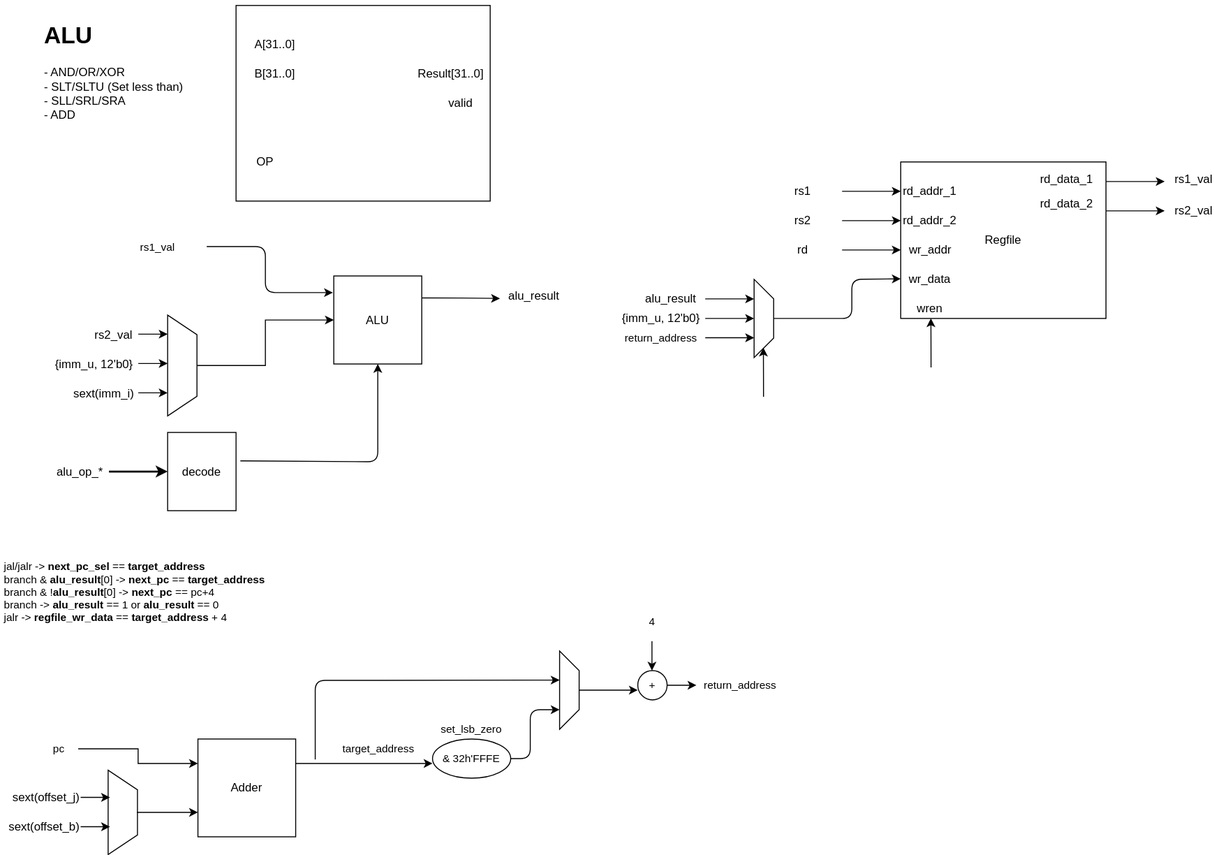
Above: docs/uarch/S1/riscv-dev-core-s1-ALU_Regfile.drawio.svg in saw235/riscv-core-dev (draw.io), before the change. Source tidied: cells renumbered, new cells last; positions are measured from the earlier drawing's top-left corner, leaving out a move shared by most shapes.
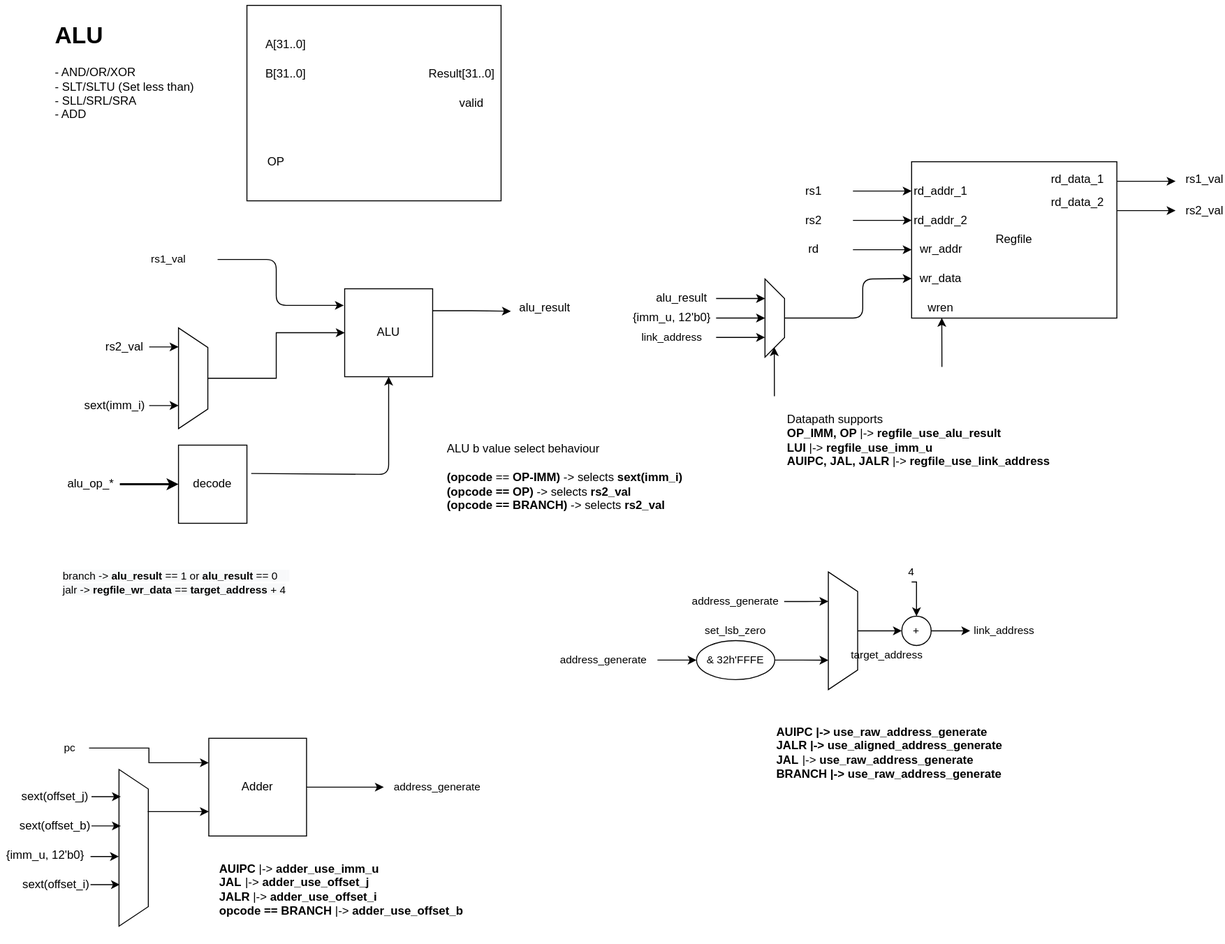
The same diagram one commit later.

Commit message:
Updates to include ALU and regfile logic

What changed in the source:
```diff
@@ -5,6 +5,6 @@
     <mxCell id="2" style="shape=trapezoid;perimeter=trapezoidPerimeter;whiteSpace=wrap;html=1;fixedSize=1;rotation=90;" parent="1" vertex="1">
-      <mxGeometry x="82" y="810" width="86.2" height="30" as="geometry" />
+      <mxGeometry x="45" y="847.1" width="160.4" height="30" as="geometry" />
     </mxCell>
     <mxCell id="3" value="sext(offset_j)" style="text;html=1;strokeColor=none;fillColor=none;align=center;verticalAlign=middle;whiteSpace=wrap;rounded=0;" parent="1" vertex="1">
-      <mxGeometry x="2" y="800" width="90" height="20" as="geometry" />
+      <mxGeometry y="800" width="90" height="20" as="geometry" />
     </mxCell>
@@ -25,7 +25,7 @@
     </mxCell>
-    <mxCell id="7" style="edgeStyle=orthogonalEdgeStyle;rounded=0;jettySize=auto;html=1;exitX=1;exitY=0.25;exitDx=0;exitDy=0;fontSize=11;strokeWidth=1;" parent="1" edge="1" source="8">
-      <mxGeometry relative="1" as="geometry">
-        <mxPoint x="442" y="775" as="targetPoint" />
-      </mxGeometry>
-    </mxCell>
+    <mxCell id="81" style="edgeStyle=orthogonalEdgeStyle;rounded=0;jettySize=auto;html=1;exitX=1;exitY=0.5;exitDx=0;exitDy=0;" parent="1" edge="1" source="8">
+      <mxGeometry relative="1" as="geometry">
+        <mxPoint x="381" y="800" as="targetPoint" />
+      </mxGeometry>
+    </mxCell>
     <mxCell id="8" value="Adder" style="whiteSpace=wrap;html=1;verticalAlign=middle;" parent="1" vertex="1">
@@ -44,56 +44,5 @@
     </mxCell>
-    <mxCell id="12" value="target_address" style="text;html=1;strokeColor=none;fillColor=none;align=center;verticalAlign=middle;whiteSpace=wrap;rounded=0;fontSize=11;" parent="1" vertex="1">
-      <mxGeometry x="342" y="750" width="90" height="20" as="geometry" />
+    <mxCell id="12" value="address_generate" style="text;html=1;strokeColor=none;fillColor=none;align=center;verticalAlign=middle;whiteSpace=wrap;rounded=0;fontSize=11;" parent="1" vertex="1">
+      <mxGeometry x="391" y="790" width="90" height="20" as="geometry" />
     </mxCell>
-    <mxCell id="13" value="&amp;amp; 32h'FFFE" style="ellipse;whiteSpace=wrap;html=1;fontSize=11;verticalAlign=middle;" parent="1" vertex="1">
-      <mxGeometry x="442" y="750" width="80" height="40" as="geometry" />
-    </mxCell>
-    <mxCell id="14" value="set_lsb_zero" style="text;html=1;strokeColor=none;fillColor=none;align=center;verticalAlign=middle;whiteSpace=wrap;rounded=0;fontSize=11;" parent="1" vertex="1">
-      <mxGeometry x="462" y="730" width="40" height="20" as="geometry" />
-    </mxCell>
-    <mxCell id="15" style="edgeStyle=orthogonalEdgeStyle;rounded=0;jettySize=auto;html=1;exitX=0.5;exitY=0;exitDx=0;exitDy=0;fontSize=11;strokeWidth=1;" parent="1" edge="1" source="16">
-      <mxGeometry relative="1" as="geometry">
-        <mxPoint x="652" y="700" as="targetPoint" />
-      </mxGeometry>
-    </mxCell>
-    <mxCell id="16" style="shape=trapezoid;perimeter=trapezoidPerimeter;whiteSpace=wrap;html=1;fixedSize=1;rotation=90;" parent="1" vertex="1">
-      <mxGeometry x="542" y="690" width="80" height="20" as="geometry" />
-    </mxCell>
-    <mxCell id="17" style="endArrow=classic;html=1;fontSize=11;strokeWidth=1;exitX=1;exitY=0.5;exitDx=0;exitDy=0;entryX=0.75;entryY=1;entryDx=0;entryDy=0;" parent="1" edge="1" source="13" target="16">
-      <mxGeometry relative="1" as="geometry">
-        <Array as="points">
-          <mxPoint x="542" y="770" />
-          <mxPoint x="542" y="720" />
-        </Array>
-      </mxGeometry>
-    </mxCell>
-    <mxCell id="18" style="endArrow=classic;html=1;fontSize=11;strokeWidth=1;entryX=0.372;entryY=1;entryDx=0;entryDy=0;entryPerimeter=0;" parent="1" edge="1" target="16">
-      <mxGeometry relative="1" as="geometry">
-        <mxPoint x="322" y="771" as="sourcePoint" />
-        <Array as="points">
-          <mxPoint x="322" y="690" />
-          <mxPoint x="378" y="690" />
-        </Array>
-      </mxGeometry>
-    </mxCell>
-    <mxCell id="19" style="edgeStyle=orthogonalEdgeStyle;rounded=0;jettySize=auto;html=1;exitX=1;exitY=0.5;exitDx=0;exitDy=0;fontSize=11;strokeWidth=1;" parent="1" edge="1" source="20">
-      <mxGeometry relative="1" as="geometry">
-        <mxPoint x="712" y="695" as="targetPoint" />
-      </mxGeometry>
-    </mxCell>
-    <mxCell id="20" value="+" style="ellipse;whiteSpace=wrap;html=1;fontSize=11;verticalAlign=middle;" parent="1" vertex="1">
-      <mxGeometry x="652" y="680" width="30" height="30" as="geometry" />
-    </mxCell>
-    <mxCell id="21" style="endArrow=classic;html=1;fontSize=11;strokeWidth=1;" parent="1" edge="1">
-      <mxGeometry relative="1" as="geometry">
-        <mxPoint x="666.5" y="650" as="sourcePoint" />
-        <mxPoint x="666.5" y="680" as="targetPoint" />
-      </mxGeometry>
-    </mxCell>
-    <mxCell id="22" value="return_address" style="text;html=1;strokeColor=none;fillColor=none;align=center;verticalAlign=middle;whiteSpace=wrap;rounded=0;fontSize=11;" parent="1" vertex="1">
-      <mxGeometry x="722" y="685" width="70" height="20" as="geometry" />
-    </mxCell>
-    <mxCell id="23" value="4" style="text;html=1;strokeColor=none;fillColor=none;align=center;verticalAlign=middle;whiteSpace=wrap;rounded=0;fontSize=11;" parent="1" vertex="1">
-      <mxGeometry x="647" y="620" width="40" height="20" as="geometry" />
-    </mxCell>
     <mxCell id="24" value="&lt;h1&gt;ALU&lt;/h1&gt;&lt;div&gt;- AND/OR/XOR&lt;/div&gt;&lt;div&gt;- SLT/SLTU (Set less than)&lt;/div&gt;&lt;div&gt;- SLL/SRL/SRA&lt;/div&gt;&lt;div&gt;- ADD&lt;/div&gt;" style="text;html=1;strokeColor=none;fillColor=none;spacing=5;spacingTop=-20;whiteSpace=wrap;overflow=hidden;rounded=0;verticalAlign=middle;" parent="1" vertex="1">
@@ -123,3 +72,3 @@
     <mxCell id="32" style="group;" parent="1" vertex="1">
-      <mxGeometry x="51" y="236.6" width="530" height="280" as="geometry" />
+      <mxGeometry x="51" y="250" width="690" height="333.4" as="geometry" />
     </mxCell>
@@ -151,5 +100,2 @@
     </mxCell>
-    <mxCell id="39" value="{imm_u, 12'b0}" style="text;html=1;strokeColor=none;fillColor=none;align=center;verticalAlign=middle;whiteSpace=wrap;rounded=0;" parent="32" vertex="1">
-      <mxGeometry y="120" width="90" height="20" as="geometry" />
-    </mxCell>
     <mxCell id="40" value="sext(imm_i)" style="text;html=1;strokeColor=none;fillColor=none;align=center;verticalAlign=middle;whiteSpace=wrap;rounded=0;" parent="32" vertex="1">
@@ -163,8 +109,2 @@
     </mxCell>
-    <mxCell id="42" style="endArrow=classic;html=1;" parent="32" edge="1">
-      <mxGeometry relative="1" as="geometry">
-        <mxPoint x="90" y="129.5" as="sourcePoint" />
-        <mxPoint x="120" y="129.5" as="targetPoint" />
-      </mxGeometry>
-    </mxCell>
     <mxCell id="43" style="endArrow=classic;html=1;" parent="32" edge="1">
@@ -197,2 +137,5 @@
     </mxCell>
+    <mxCell id="82" value="&lt;br&gt;ALU b value select behaviour&lt;br&gt;&lt;br&gt;&lt;b&gt;(opcode&lt;/b&gt; == &lt;b&gt;OP-IMM)&lt;/b&gt; -&amp;gt; selects &lt;b&gt;sext(imm_i)&lt;br&gt;(opcode == OP) &lt;/b&gt;-&amp;gt;&lt;b&gt; &lt;/b&gt;selects&lt;b&gt; rs2_val&lt;br&gt;&lt;/b&gt;&lt;b&gt;(opcode == BRANCH)&amp;nbsp;&lt;/b&gt;-&amp;gt;&lt;b&gt;&amp;nbsp;&lt;/b&gt;selects&lt;b&gt;&amp;nbsp;rs2_val&lt;br&gt;&lt;/b&gt;&lt;b&gt;&lt;br&gt;&lt;/b&gt;" style="text;html=1;strokeColor=none;fillColor=none;spacing=5;spacingTop=-20;whiteSpace=wrap;overflow=hidden;rounded=0;" parent="32" vertex="1">
+      <mxGeometry x="390" y="193.4" width="280" height="120" as="geometry" />
+    </mxCell>
     <mxCell id="50" style="group;" parent="1" vertex="1">
@@ -320,3 +263,3 @@
     </mxCell>
-    <mxCell id="78" value="return_address" style="text;html=1;strokeColor=none;fillColor=none;align=center;verticalAlign=middle;whiteSpace=wrap;rounded=0;fontSize=11;" parent="52" vertex="1">
+    <mxCell id="78" value="link_address" style="text;html=1;strokeColor=none;fillColor=none;align=center;verticalAlign=middle;whiteSpace=wrap;rounded=0;fontSize=11;" parent="52" vertex="1">
       <mxGeometry y="170" width="70" height="20" as="geometry" />
@@ -329,5 +272,87 @@
     </mxCell>
-    <mxCell id="80" value="jal/jalr -&amp;gt;&lt;b&gt; next_pc_sel &lt;/b&gt;== &lt;b&gt;target_address&lt;/b&gt;&lt;br&gt;branch &amp;amp; &lt;b&gt;alu_result&lt;/b&gt;[0] -&amp;gt; &lt;b&gt;next_pc&lt;/b&gt;&amp;nbsp;== &lt;b&gt;target_address&lt;/b&gt;&lt;br&gt;branch &amp;amp; !&lt;b&gt;alu_result&lt;/b&gt;[0] -&amp;gt; &lt;b&gt;next_pc&lt;/b&gt;&amp;nbsp;== pc+4&lt;br&gt;branch -&amp;gt; &lt;b&gt;alu_result&lt;/b&gt; == 1 or &lt;b&gt;alu_result&lt;/b&gt; == 0&amp;nbsp;&amp;nbsp;&lt;b&gt;&amp;nbsp;&lt;/b&gt;&amp;nbsp;&lt;br&gt;jalr -&amp;gt; &lt;b&gt;regfile_wr_data&lt;/b&gt; == &lt;b&gt;target_address&lt;/b&gt; + 4" style="text;html=1;align=left;verticalAlign=middle;strokeColor=none;fontSize=11;" parent="1" vertex="1">
-      <mxGeometry x="2" y="565" width="280" height="70" as="geometry" />
-    </mxCell>
+    <mxCell id="39" value="{imm_u, 12'b0}" style="text;html=1;strokeColor=none;fillColor=none;align=center;verticalAlign=middle;whiteSpace=wrap;rounded=0;" parent="1" vertex="1">
+      <mxGeometry x="-10.5" y="860" width="90" height="20" as="geometry" />
+    </mxCell>
+    <mxCell id="83" style="endArrow=classic;html=1;" parent="1" edge="1">
+      <mxGeometry relative="1" as="geometry">
+        <mxPoint x="81" y="871" as="sourcePoint" />
+        <mxPoint x="110" y="871" as="targetPoint" />
+      </mxGeometry>
+    </mxCell>
+    <mxCell id="84" value="sext(offset_i)" style="text;html=1;strokeColor=none;fillColor=none;align=center;verticalAlign=middle;whiteSpace=wrap;rounded=0;" parent="1" vertex="1">
+      <mxGeometry x="1" y="890" width="90" height="20" as="geometry" />
+    </mxCell>
+    <mxCell id="85" style="endArrow=classic;html=1;" parent="1" edge="1">
+      <mxGeometry relative="1" as="geometry">
+        <mxPoint x="81" y="899.7" as="sourcePoint" />
+        <mxPoint x="111" y="899.7" as="targetPoint" />
+      </mxGeometry>
+    </mxCell>
+    <mxCell id="86" value="&lt;span style=&quot;color: rgb(0, 0, 0); font-family: helvetica; font-size: 11px; font-style: normal; font-weight: 400; letter-spacing: normal; text-align: left; text-indent: 0px; text-transform: none; word-spacing: 0px; background-color: rgb(248, 249, 250); display: inline; float: none;&quot;&gt;branch -&amp;gt;&lt;span&gt;&amp;nbsp;&lt;/span&gt;&lt;/span&gt;&lt;b style=&quot;color: rgb(0, 0, 0); font-family: helvetica; font-size: 11px; font-style: normal; letter-spacing: normal; text-align: left; text-indent: 0px; text-transform: none; word-spacing: 0px; background-color: rgb(248, 249, 250);&quot;&gt;alu_result&lt;/b&gt;&lt;span style=&quot;color: rgb(0, 0, 0); font-family: helvetica; font-size: 11px; font-style: normal; font-weight: 400; letter-spacing: normal; text-align: left; text-indent: 0px; text-transform: none; word-spacing: 0px; background-color: rgb(248, 249, 250); display: inline; float: none;&quot;&gt;&lt;span&gt;&amp;nbsp;&lt;/span&gt;== 1 or&lt;span&gt;&amp;nbsp;&lt;/span&gt;&lt;/span&gt;&lt;b style=&quot;color: rgb(0, 0, 0); font-family: helvetica; font-size: 11px; font-style: normal; letter-spacing: normal; text-align: left; text-indent: 0px; text-transform: none; word-spacing: 0px; background-color: rgb(248, 249, 250);&quot;&gt;alu_result&lt;/b&gt;&lt;span style=&quot;color: rgb(0, 0, 0); font-family: helvetica; font-size: 11px; font-style: normal; font-weight: 400; letter-spacing: normal; text-align: left; text-indent: 0px; text-transform: none; word-spacing: 0px; background-color: rgb(248, 249, 250); display: inline; float: none;&quot;&gt;&lt;span&gt;&amp;nbsp;&lt;/span&gt;== 0&amp;nbsp;&amp;nbsp;&lt;/span&gt;&lt;b style=&quot;color: rgb(0, 0, 0); font-family: helvetica; font-size: 11px; font-style: normal; letter-spacing: normal; text-align: left; text-indent: 0px; text-transform: none; word-spacing: 0px; background-color: rgb(248, 249, 250);&quot;&gt;&amp;nbsp;&lt;/b&gt;&lt;span style=&quot;color: rgb(0, 0, 0); font-family: helvetica; font-size: 11px; font-style: normal; font-weight: 400; letter-spacing: normal; text-align: left; text-indent: 0px; text-transform: none; word-spacing: 0px; background-color: rgb(248, 249, 250); display: inline; float: none;&quot;&gt;&amp;nbsp;&lt;/span&gt;&lt;br style=&quot;color: rgb(0, 0, 0); font-family: helvetica; font-size: 11px; font-style: normal; font-weight: 400; letter-spacing: normal; text-align: left; text-indent: 0px; text-transform: none; word-spacing: 0px; background-color: rgb(248, 249, 250);&quot;&gt;&lt;span style=&quot;color: rgb(0, 0, 0); font-family: helvetica; font-size: 11px; font-style: normal; font-weight: 400; letter-spacing: normal; text-align: left; text-indent: 0px; text-transform: none; word-spacing: 0px; background-color: rgb(248, 249, 250); display: inline; float: none;&quot;&gt;jalr -&amp;gt;&lt;span&gt;&amp;nbsp;&lt;/span&gt;&lt;/span&gt;&lt;b style=&quot;color: rgb(0, 0, 0); font-family: helvetica; font-size: 11px; font-style: normal; letter-spacing: normal; text-align: left; text-indent: 0px; text-transform: none; word-spacing: 0px; background-color: rgb(248, 249, 250);&quot;&gt;regfile_wr_data&lt;/b&gt;&lt;span style=&quot;color: rgb(0, 0, 0); font-family: helvetica; font-size: 11px; font-style: normal; font-weight: 400; letter-spacing: normal; text-align: left; text-indent: 0px; text-transform: none; word-spacing: 0px; background-color: rgb(248, 249, 250); display: inline; float: none;&quot;&gt;&lt;span&gt;&amp;nbsp;&lt;/span&gt;==&lt;span&gt;&amp;nbsp;&lt;/span&gt;&lt;/span&gt;&lt;b style=&quot;color: rgb(0, 0, 0); font-family: helvetica; font-size: 11px; font-style: normal; letter-spacing: normal; text-align: left; text-indent: 0px; text-transform: none; word-spacing: 0px; background-color: rgb(248, 249, 250);&quot;&gt;target_address&lt;/b&gt;&lt;span style=&quot;color: rgb(0, 0, 0); font-family: helvetica; font-size: 11px; font-style: normal; font-weight: 400; letter-spacing: normal; text-align: left; text-indent: 0px; text-transform: none; word-spacing: 0px; background-color: rgb(248, 249, 250); display: inline; float: none;&quot;&gt;&lt;span&gt;&amp;nbsp;&lt;/span&gt;+ 4&lt;/span&gt;" style="text;whiteSpace=wrap;html=1;" parent="1" vertex="1">
+      <mxGeometry x="51" y="570" width="260" height="40" as="geometry" />
+    </mxCell>
+    <mxCell id="87" value="Datapath supports&amp;nbsp;&lt;br&gt;&lt;b&gt;OP_IMM, OP&lt;/b&gt; |-&amp;gt; &lt;b&gt;regfile_use_alu_result&lt;/b&gt;&lt;br&gt;&lt;b&gt;LUI&lt;/b&gt;&amp;nbsp;|-&amp;gt; &lt;b&gt;regfile_use_imm_u&lt;/b&gt;&lt;br&gt;&lt;b&gt;AUIPC, JAL, JALR&lt;/b&gt;&amp;nbsp;|-&amp;gt; &lt;b&gt;regfile_use_link_address&lt;br&gt;&lt;br&gt;&lt;/b&gt;" style="text;whiteSpace=wrap;html=1;" parent="1" vertex="1">
+      <mxGeometry x="792" y="410" width="289" height="70" as="geometry" />
+    </mxCell>
+    <mxCell id="88" style="group;" parent="1" vertex="1">
+      <mxGeometry x="651" y="570" width="400" height="120" as="geometry" />
+    </mxCell>
+    <mxCell id="20" value="+" style="ellipse;whiteSpace=wrap;html=1;fontSize=11;verticalAlign=middle;" parent="88" vertex="1">
+      <mxGeometry x="260" y="55" width="30" height="30" as="geometry" />
+    </mxCell>
+    <mxCell id="89" value="link_address" style="text;html=1;strokeColor=none;fillColor=none;align=center;verticalAlign=middle;whiteSpace=wrap;rounded=0;fontSize=11;" parent="88" vertex="1">
+      <mxGeometry x="330" y="60" width="70" height="20" as="geometry" />
+    </mxCell>
+    <mxCell id="90" style="edgeStyle=orthogonalEdgeStyle;rounded=0;jettySize=auto;html=1;exitX=1;exitY=0.5;exitDx=0;exitDy=0;entryX=0;entryY=0.5;entryDx=0;entryDy=0;" parent="88" edge="1" source="20" target="89">
+      <mxGeometry relative="1" as="geometry" />
+    </mxCell>
+    <mxCell id="91" style="edgeStyle=orthogonalEdgeStyle;rounded=0;jettySize=auto;html=1;exitX=0.5;exitY=1;exitDx=0;exitDy=0;entryX=0.5;entryY=0;entryDx=0;entryDy=0;" parent="88" edge="1" source="23" target="20">
+      <mxGeometry relative="1" as="geometry" />
+    </mxCell>
+    <mxCell id="23" value="4" style="text;html=1;strokeColor=none;fillColor=none;align=center;verticalAlign=middle;whiteSpace=wrap;rounded=0;fontSize=11;" parent="88" vertex="1">
+      <mxGeometry x="250" width="40" height="20" as="geometry" />
+    </mxCell>
+    <mxCell id="92" style="edgeStyle=orthogonalEdgeStyle;rounded=0;jettySize=auto;html=1;exitX=0.5;exitY=0;exitDx=0;exitDy=0;entryX=0;entryY=0.5;entryDx=0;entryDy=0;" parent="88" edge="1" source="93" target="20">
+      <mxGeometry relative="1" as="geometry" />
+    </mxCell>
+    <mxCell id="93" style="shape=trapezoid;perimeter=trapezoidPerimeter;whiteSpace=wrap;html=1;fixedSize=1;rotation=90;" parent="88" vertex="1">
+      <mxGeometry x="139.6" y="55" width="120.4" height="30" as="geometry" />
+    </mxCell>
+    <mxCell id="94" style="edgeStyle=orthogonalEdgeStyle;rounded=0;jettySize=auto;html=1;exitX=1;exitY=0.5;exitDx=0;exitDy=0;entryX=0.25;entryY=1;entryDx=0;entryDy=0;" parent="88" edge="1" target="93">
+      <mxGeometry relative="1" as="geometry">
+        <mxPoint x="139.6" y="40" as="sourcePoint" />
+      </mxGeometry>
+    </mxCell>
+    <mxCell id="95" style="group;" parent="88" vertex="1">
+      <mxGeometry x="50" y="60" width="80" height="60" as="geometry" />
+    </mxCell>
+    <mxCell id="13" value="&amp;amp; 32h'FFFE" style="ellipse;whiteSpace=wrap;html=1;fontSize=11;verticalAlign=middle;" parent="95" vertex="1">
+      <mxGeometry y="20" width="80" height="40" as="geometry" />
+    </mxCell>
+    <mxCell id="14" value="set_lsb_zero" style="text;html=1;strokeColor=none;fillColor=none;align=center;verticalAlign=middle;whiteSpace=wrap;rounded=0;fontSize=11;" parent="95" vertex="1">
+      <mxGeometry x="20" width="40" height="20" as="geometry" />
+    </mxCell>
+    <mxCell id="96" style="edgeStyle=orthogonalEdgeStyle;rounded=0;jettySize=auto;html=1;exitX=1;exitY=0.5;exitDx=0;exitDy=0;entryX=0;entryY=0.5;entryDx=0;entryDy=0;" parent="88" edge="1" target="13">
+      <mxGeometry relative="1" as="geometry">
+        <mxPoint x="10" y="100" as="sourcePoint" />
+      </mxGeometry>
+    </mxCell>
+    <mxCell id="97" style="edgeStyle=orthogonalEdgeStyle;rounded=0;jettySize=auto;html=1;exitX=1;exitY=0.5;exitDx=0;exitDy=0;entryX=0.75;entryY=1;entryDx=0;entryDy=0;" parent="88" edge="1" source="13" target="93">
+      <mxGeometry relative="1" as="geometry" />
+    </mxCell>
+    <mxCell id="98" value="target_address" style="text;html=1;strokeColor=none;fillColor=none;align=center;verticalAlign=middle;whiteSpace=wrap;rounded=0;fontSize=11;" parent="88" vertex="1">
+      <mxGeometry x="200" y="85" width="90" height="20" as="geometry" />
+    </mxCell>
+    <mxCell id="99" value="address_generate" style="text;html=1;strokeColor=none;fillColor=none;align=center;verticalAlign=middle;whiteSpace=wrap;rounded=0;fontSize=11;" parent="88" vertex="1">
+      <mxGeometry x="45" y="30" width="90" height="20" as="geometry" />
+    </mxCell>
+    <mxCell id="100" value="&lt;b&gt;AUIPC &lt;/b&gt;|-&amp;gt; &lt;b&gt;adder_use_imm_u&lt;/b&gt;&lt;br&gt;&lt;b&gt;JAL&lt;/b&gt;&lt;span style=&quot;font-weight: bold ; white-space: pre&quot;&gt;&#9;&lt;/span&gt;|-&amp;gt; &lt;b&gt;adder_use_offset_j&lt;br&gt;JALR &lt;/b&gt;|-&amp;gt; &lt;b&gt;adder_use_offset_i&lt;br&gt;opcode == BRANCH &lt;/b&gt;|-&amp;gt; &lt;b&gt;adder_use_offset_b&lt;/b&gt;" style="text;whiteSpace=wrap;html=1;" parent="1" vertex="1">
+      <mxGeometry x="211" y="870" width="300" height="90" as="geometry" />
+    </mxCell>
+    <mxCell id="101" value="address_generate" style="text;html=1;strokeColor=none;fillColor=none;align=center;verticalAlign=middle;whiteSpace=wrap;rounded=0;fontSize=11;" parent="1" vertex="1">
+      <mxGeometry x="561" y="660" width="90" height="20" as="geometry" />
+    </mxCell>
+    <mxCell id="102" value="&lt;b&gt;AUIPC |-&amp;gt; use_raw_address_generate&lt;br&gt;JALR |-&amp;gt; use_aligned_address_generate&lt;/b&gt;&lt;br&gt;&lt;b&gt;JAL&lt;/b&gt;&lt;span style=&quot;font-weight: bold ; white-space: pre&quot;&gt;&#9;&lt;/span&gt;|-&amp;gt; &lt;b&gt;use_raw_address_generate&lt;br&gt;BRANCH |-&amp;gt; use_raw_address_generate&lt;br&gt;&lt;/b&gt;" style="text;whiteSpace=wrap;html=1;" parent="1" vertex="1">
+      <mxGeometry x="781" y="730" width="240" height="70" as="geometry" />
+    </mxCell>
   </root>
```
